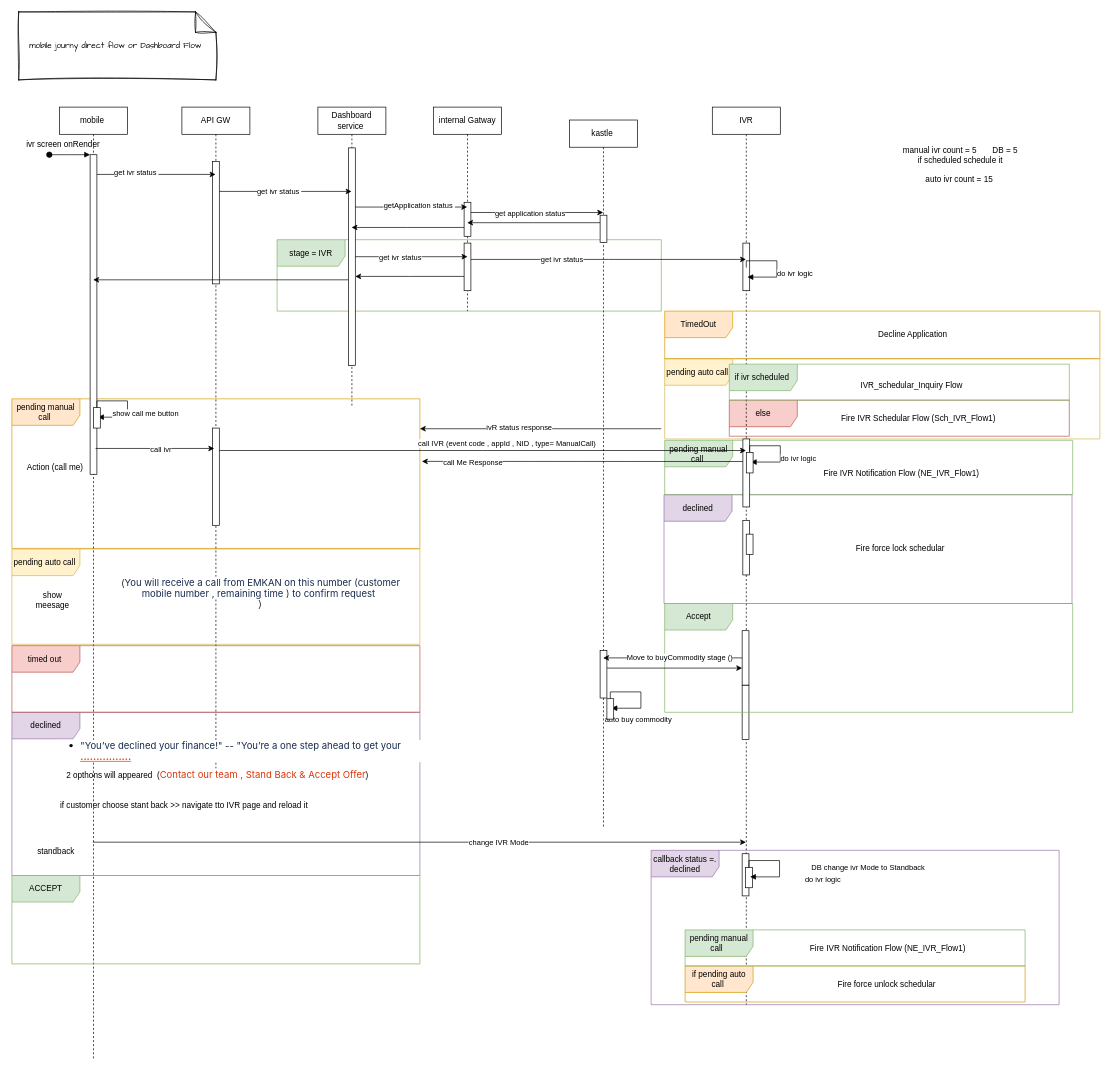
This is page "mobile journy direct flow or Dashboard Flow" (2 of 16) of IVR2.drawio from MHosnii/DrawIo, a draw.io file, before an edit. Source tidied: cells renumbered, new cells numbered last; positions are measured from the earlier drawing's top-left corner, leaving out a move shared by most shapes. Both pictures are drawn from the tidied source at 68%, with x=0, y=0 at pixel (12, 12).
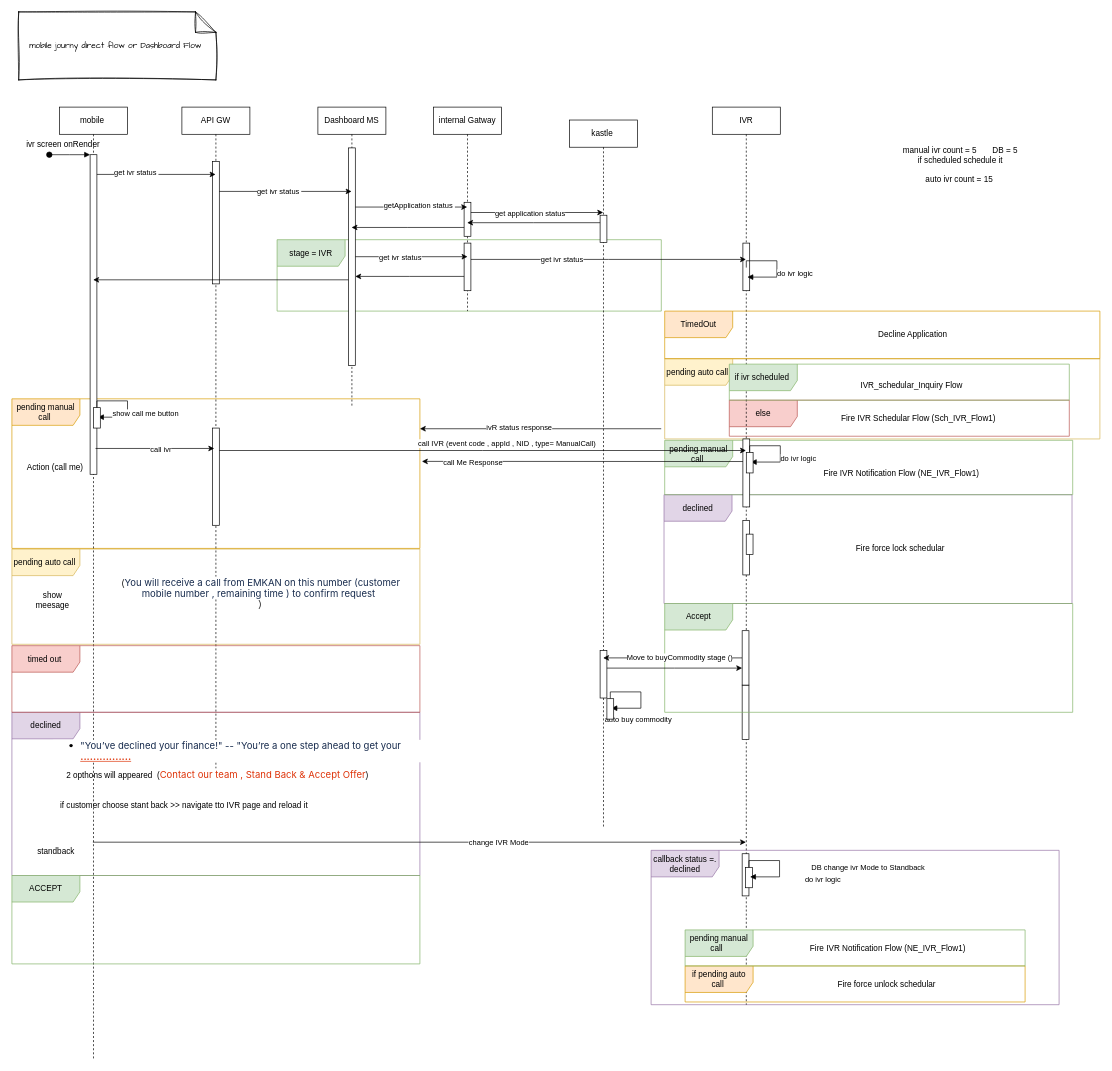
The same diagram, later.

The edit, as a diff of the source:
```diff
@@
-    <mxCell id="18" value="Dashboard service&amp;nbsp;" style="shape=umlLifeline;perimeter=lifelinePerimeter;whiteSpace=wrap;html=1;newEdgeStyle={&quot;edgeStyle&quot;:&quot;elbowEdgeStyle&quot;,&quot;elbow&quot;:&quot;vertical&quot;,&quot;curved&quot;:0,&quot;rounded&quot;:0};" parent="1" vertex="1">
+    <mxCell id="18" value="Dashboard MS" style="shape=umlLifeline;perimeter=lifelinePerimeter;whiteSpace=wrap;html=1;newEdgeStyle={&quot;edgeStyle&quot;:&quot;elbowEdgeStyle&quot;,&quot;elbow&quot;:&quot;vertical&quot;,&quot;curved&quot;:0,&quot;rounded&quot;:0};" parent="1" vertex="1">
       <mxGeometry x="450" y="140" width="100" height="440" as="geometry" />
     </mxCell>
```
